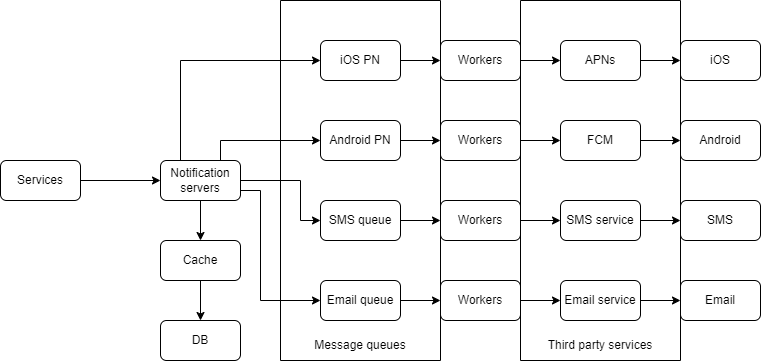
Above: software-engineering/system-design/notification-system1.png in riehseun/riehseun.github.io (draw.io), before the change. Source tidied: cells renumbered, new cells last; positions are measured from the earlier drawing's top-left corner, leaving out a move shared by most shapes.
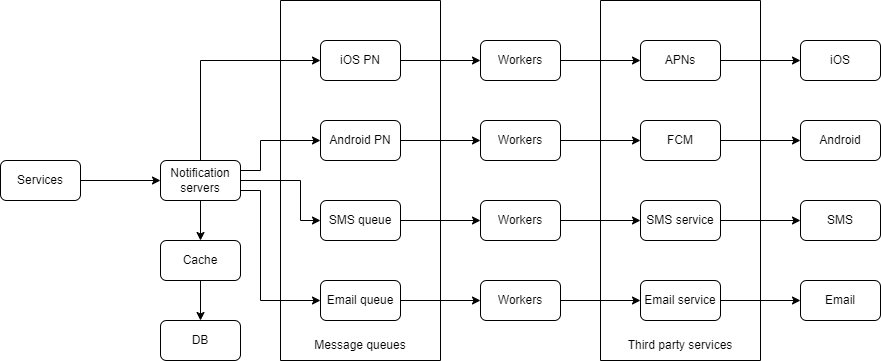
The same file after the commit.

Change to the diagram source:
```diff
@@ -11,12 +11,6 @@
     <mxCell id="4" style="edgeStyle=orthogonalEdgeStyle;rounded=0;jettySize=auto;html=1;exitX=0.5;exitY=1;exitDx=0;exitDy=0;entryX=0.5;entryY=0;entryDx=0;entryDy=0;" parent="1" edge="1" source="9" target="39">
       <mxGeometry relative="1" as="geometry" />
     </mxCell>
-    <mxCell id="5" style="edgeStyle=orthogonalEdgeStyle;rounded=0;jettySize=auto;html=1;exitX=0.25;exitY=0;exitDx=0;exitDy=0;entryX=0;entryY=0.5;entryDx=0;entryDy=0;" parent="1" edge="1" source="9" target="11">
-      <mxGeometry relative="1" as="geometry" />
-    </mxCell>
-    <mxCell id="6" style="edgeStyle=orthogonalEdgeStyle;rounded=0;jettySize=auto;html=1;exitX=0.75;exitY=0;exitDx=0;exitDy=0;entryX=0;entryY=0.5;entryDx=0;entryDy=0;" parent="1" edge="1" source="9" target="13">
-      <mxGeometry relative="1" as="geometry" />
-    </mxCell>
     <mxCell id="7" style="edgeStyle=orthogonalEdgeStyle;rounded=0;jettySize=auto;html=1;exitX=1;exitY=0.75;exitDx=0;exitDy=0;entryX=0;entryY=0.5;entryDx=0;entryDy=0;" parent="1" edge="1" source="9" target="17">
       <mxGeometry relative="1" as="geometry">
         <Array as="points">
@@ -33,6 +27,17 @@
         </Array>
       </mxGeometry>
     </mxCell>
+    <mxCell id="6" style="edgeStyle=orthogonalEdgeStyle;rounded=0;jettySize=auto;html=1;exitX=1;exitY=0.25;exitDx=0;exitDy=0;entryX=0;entryY=0.5;entryDx=0;entryDy=0;" parent="1" edge="1" source="9" target="13">
+      <mxGeometry relative="1" as="geometry">
+        <Array as="points">
+          <mxPoint x="260" y="170" />
+          <mxPoint x="260" y="140" />
+        </Array>
+      </mxGeometry>
+    </mxCell>
+    <mxCell id="5" style="edgeStyle=orthogonalEdgeStyle;rounded=0;jettySize=auto;html=1;exitX=0.5;exitY=0;exitDx=0;exitDy=0;entryX=0;entryY=0.5;entryDx=0;entryDy=0;" parent="1" edge="1" source="9" target="11">
+      <mxGeometry relative="1" as="geometry" />
+    </mxCell>
     <mxCell id="9" value="Notification servers" style="rounded=1;whiteSpace=wrap;html=1;" parent="1" vertex="1">
       <mxGeometry x="160" y="160" width="80" height="40" as="geometry" />
     </mxCell>
@@ -64,61 +69,61 @@
       <mxGeometry relative="1" as="geometry" />
     </mxCell>
     <mxCell id="19" value="Workers" style="rounded=1;whiteSpace=wrap;html=1;" parent="1" vertex="1">
-      <mxGeometry x="440" y="40" width="80" height="40" as="geometry" />
+      <mxGeometry x="480" y="40" width="80" height="40" as="geometry" />
     </mxCell>
     <mxCell id="20" style="edgeStyle=orthogonalEdgeStyle;rounded=0;jettySize=auto;html=1;exitX=1;exitY=0.5;exitDx=0;exitDy=0;entryX=0;entryY=0.5;entryDx=0;entryDy=0;" parent="1" edge="1" source="21" target="33">
       <mxGeometry relative="1" as="geometry" />
     </mxCell>
     <mxCell id="21" value="Workers" style="rounded=1;whiteSpace=wrap;html=1;" parent="1" vertex="1">
-      <mxGeometry x="440" y="120" width="80" height="40" as="geometry" />
+      <mxGeometry x="480" y="120" width="80" height="40" as="geometry" />
     </mxCell>
     <mxCell id="22" style="edgeStyle=orthogonalEdgeStyle;rounded=0;jettySize=auto;html=1;exitX=1;exitY=0.5;exitDx=0;exitDy=0;entryX=0;entryY=0.5;entryDx=0;entryDy=0;" parent="1" edge="1" source="23" target="35">
       <mxGeometry relative="1" as="geometry" />
     </mxCell>
     <mxCell id="23" value="Workers" style="rounded=1;whiteSpace=wrap;html=1;" parent="1" vertex="1">
-      <mxGeometry x="440" y="200" width="80" height="40" as="geometry" />
+      <mxGeometry x="480" y="200" width="80" height="40" as="geometry" />
     </mxCell>
-    <mxCell id="24" style="edgeStyle=orthogonalEdgeStyle;rounded=0;jettySize=auto;html=1;exitX=1;exitY=0.5;exitDx=0;exitDy=0;entryX=0;entryY=0.5;entryDx=0;entryDy=0;" parent="1" edge="1" source="25" target="37">
+    <mxCell id="24" style="edgeStyle=orthogonalEdgeStyle;rounded=0;jettySize=auto;html=1;exitX=1;exitY=0.5;exitDx=0;exitDy=0;" parent="1" edge="1" source="25" target="37">
       <mxGeometry relative="1" as="geometry" />
     </mxCell>
     <mxCell id="25" value="Workers" style="rounded=1;whiteSpace=wrap;html=1;" parent="1" vertex="1">
-      <mxGeometry x="440" y="280" width="80" height="40" as="geometry" />
+      <mxGeometry x="480" y="280" width="80" height="40" as="geometry" />
     </mxCell>
     <mxCell id="26" value="iOS" style="rounded=1;whiteSpace=wrap;html=1;" parent="1" vertex="1">
-      <mxGeometry x="680" y="40" width="80" height="40" as="geometry" />
+      <mxGeometry x="800" y="40" width="80" height="40" as="geometry" />
     </mxCell>
     <mxCell id="27" value="Android" style="rounded=1;whiteSpace=wrap;html=1;" parent="1" vertex="1">
-      <mxGeometry x="680" y="120" width="80" height="40" as="geometry" />
+      <mxGeometry x="800" y="120" width="80" height="40" as="geometry" />
     </mxCell>
     <mxCell id="28" value="SMS" style="rounded=1;whiteSpace=wrap;html=1;" parent="1" vertex="1">
-      <mxGeometry x="680" y="200" width="80" height="40" as="geometry" />
+      <mxGeometry x="800" y="200" width="80" height="40" as="geometry" />
     </mxCell>
     <mxCell id="29" value="Email" style="rounded=1;whiteSpace=wrap;html=1;" parent="1" vertex="1">
-      <mxGeometry x="680" y="280" width="80" height="40" as="geometry" />
+      <mxGeometry x="800" y="280" width="80" height="40" as="geometry" />
     </mxCell>
     <mxCell id="30" style="edgeStyle=orthogonalEdgeStyle;rounded=0;jettySize=auto;html=1;exitX=1;exitY=0.5;exitDx=0;exitDy=0;entryX=0;entryY=0.5;entryDx=0;entryDy=0;" parent="1" edge="1" source="31" target="26">
       <mxGeometry relative="1" as="geometry" />
     </mxCell>
     <mxCell id="31" value="APNs" style="rounded=1;whiteSpace=wrap;html=1;" parent="1" vertex="1">
-      <mxGeometry x="560" y="40" width="80" height="40" as="geometry" />
+      <mxGeometry x="640" y="40" width="80" height="40" as="geometry" />
     </mxCell>
     <mxCell id="32" style="edgeStyle=orthogonalEdgeStyle;rounded=0;jettySize=auto;html=1;exitX=1;exitY=0.5;exitDx=0;exitDy=0;entryX=0;entryY=0.5;entryDx=0;entryDy=0;" parent="1" edge="1" source="33" target="27">
       <mxGeometry relative="1" as="geometry" />
     </mxCell>
     <mxCell id="33" value="FCM" style="rounded=1;whiteSpace=wrap;html=1;" parent="1" vertex="1">
-      <mxGeometry x="560" y="120" width="80" height="40" as="geometry" />
+      <mxGeometry x="640" y="120" width="80" height="40" as="geometry" />
     </mxCell>
     <mxCell id="34" style="edgeStyle=orthogonalEdgeStyle;rounded=0;jettySize=auto;html=1;exitX=1;exitY=0.5;exitDx=0;exitDy=0;entryX=0;entryY=0.5;entryDx=0;entryDy=0;" parent="1" edge="1" source="35" target="28">
       <mxGeometry relative="1" as="geometry" />
     </mxCell>
     <mxCell id="35" value="SMS service" style="rounded=1;whiteSpace=wrap;html=1;" parent="1" vertex="1">
-      <mxGeometry x="560" y="200" width="80" height="40" as="geometry" />
+      <mxGeometry x="640" y="200" width="80" height="40" as="geometry" />
     </mxCell>
     <mxCell id="36" style="edgeStyle=orthogonalEdgeStyle;rounded=0;jettySize=auto;html=1;exitX=1;exitY=0.5;exitDx=0;exitDy=0;entryX=0;entryY=0.5;entryDx=0;entryDy=0;" parent="1" edge="1" source="37" target="29">
       <mxGeometry relative="1" as="geometry" />
     </mxCell>
     <mxCell id="37" value="Email service" style="rounded=1;whiteSpace=wrap;html=1;" parent="1" vertex="1">
-      <mxGeometry x="560" y="280" width="80" height="40" as="geometry" />
+      <mxGeometry x="640" y="280" width="80" height="40" as="geometry" />
     </mxCell>
     <mxCell id="38" style="edgeStyle=orthogonalEdgeStyle;rounded=0;jettySize=auto;html=1;exitX=0.5;exitY=1;exitDx=0;exitDy=0;entryX=0.5;entryY=0;entryDx=0;entryDy=0;" parent="1" edge="1" source="39" target="40">
       <mxGeometry relative="1" as="geometry" />
@@ -130,7 +135,7 @@
       <mxGeometry x="160" y="320" width="80" height="40" as="geometry" />
     </mxCell>
     <mxCell id="41" style="swimlane;startSize=0;" parent="1" vertex="1">
-      <mxGeometry x="520" width="160" height="360" as="geometry" />
+      <mxGeometry x="600" width="160" height="360" as="geometry" />
     </mxCell>
     <mxCell id="42" style="swimlane;startSize=0;" parent="1" vertex="1">
       <mxGeometry x="280" width="160" height="360" as="geometry" />
@@ -139,7 +144,7 @@
       <mxGeometry y="330" width="160" height="30" as="geometry" />
     </mxCell>
     <mxCell id="44" value="Third party services" style="text;html=1;strokeColor=none;fillColor=none;align=center;verticalAlign=middle;whiteSpace=wrap;rounded=0;" parent="1" vertex="1">
-      <mxGeometry x="520" y="330" width="160" height="30" as="geometry" />
+      <mxGeometry x="600" y="330" width="160" height="30" as="geometry" />
     </mxCell>
   </root>
 </mxGraphModel>
```
